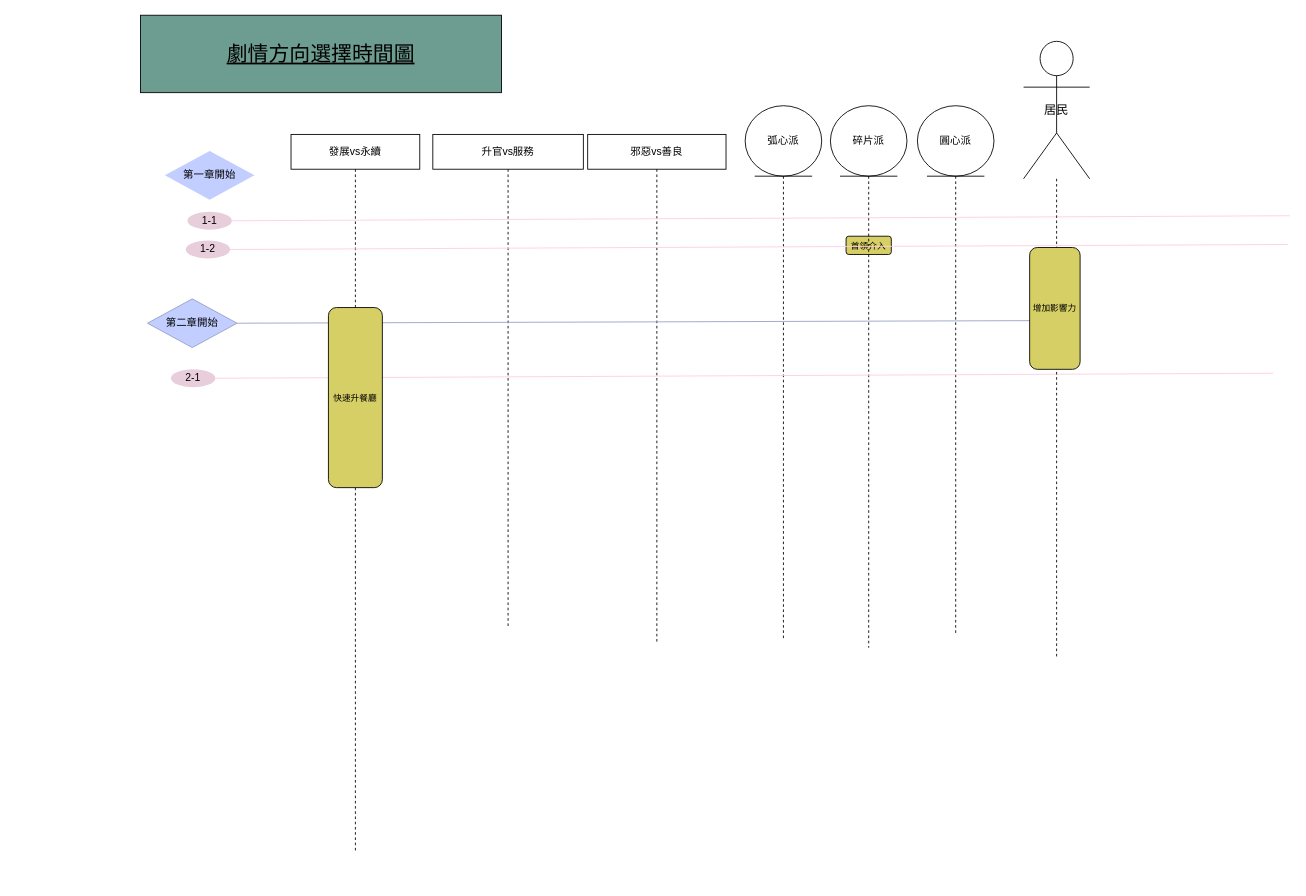
This is page "劇情發展結構" (1 of 3) of Nourishverse_storyDesign_draft_1.drawio from BalaGuava/NourishverseI, a draw.io file, before an edit. Source tidied: cells renumbered, new cells numbered last; positions are measured from the earlier drawing's top-left corner, leaving out a move shared by most shapes. Both pictures are drawn from the tidied source at 87%, with x=0, y=0 at pixel (140, 15).
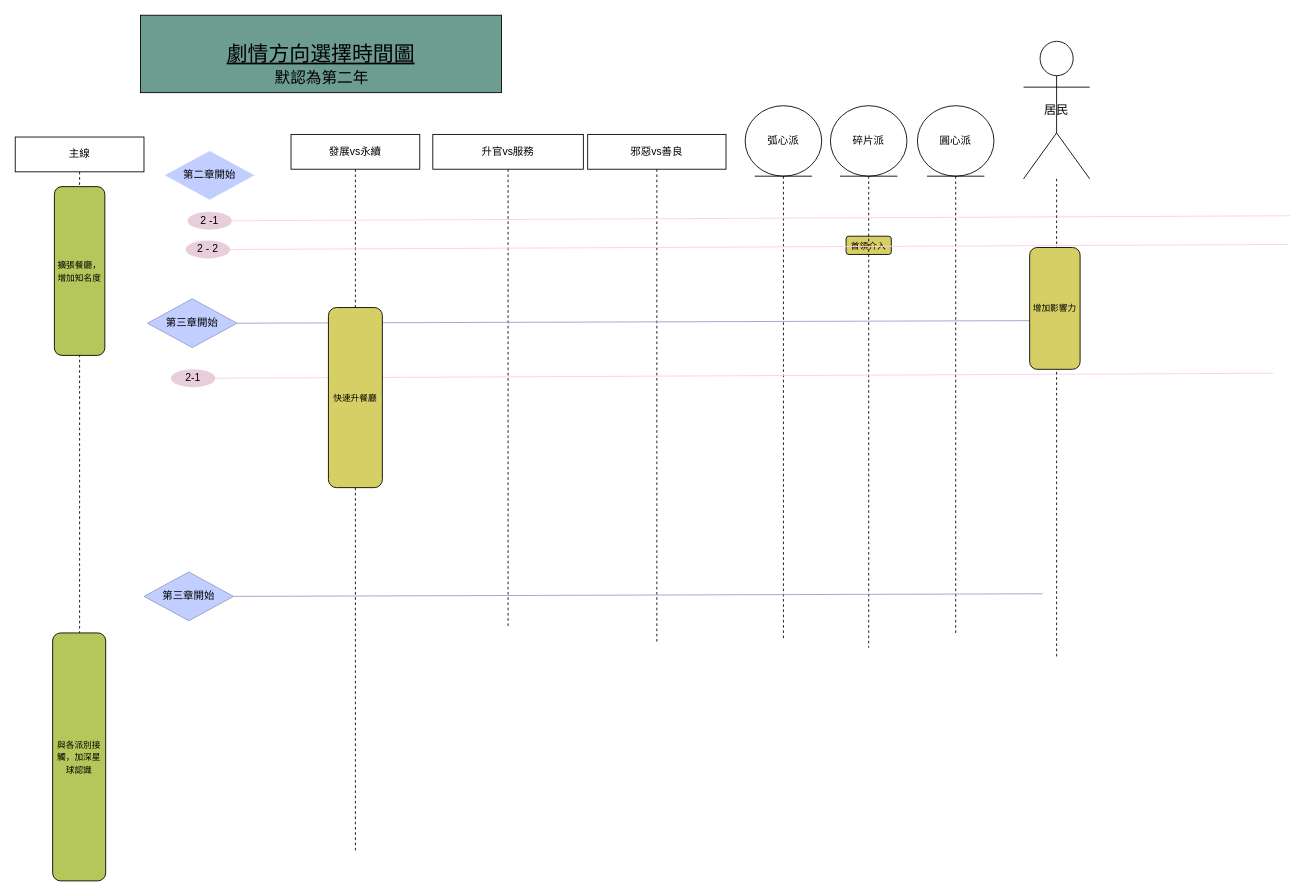
After the change.

Unchanged cells that the change refers to:
```xml
<mxCell id="9" style="group;strokeColor=none;" parent="1" vertex="1">
  <mxGeometry x="54" y="226" width="1267" height="20.5" as="geometry" />
</mxCell>
<mxCell id="13" style="group;strokeColor=none;" parent="1" vertex="1">
  <mxGeometry x="52" y="259" width="1267" height="20.5" as="geometry" />
</mxCell>
<mxCell id="17" style="group;" parent="1" vertex="1">
  <mxGeometry x="8" y="326" width="1294" height="110" as="geometry" />
</mxCell>
```

What changed in the source:
```diff
@@
-    <mxCell id="10" value="1-1" style="ellipse;whiteSpace=wrap;html=1;fillColor=#E8CEDB;strokeColor=none;" parent="9" vertex="1">
+    <mxCell id="10" value="2 -1" style="ellipse;whiteSpace=wrap;html=1;fillColor=#E8CEDB;strokeColor=none;" parent="9" vertex="1">
       <mxGeometry width="51" height="20.5" as="geometry" />
     </mxCell>
@@
-    <mxCell id="14" value="1-2" style="ellipse;whiteSpace=wrap;html=1;fillColor=#E8CEDB;strokeColor=none;" parent="13" vertex="1">
+    <mxCell id="14" value="2 - 2" style="ellipse;whiteSpace=wrap;html=1;fillColor=#E8CEDB;strokeColor=none;" parent="13" vertex="1">
       <mxGeometry width="51" height="20.5" as="geometry" />
     </mxCell>
@@
-    <mxCell id="16" value="第一章開始" style="rhombus;whiteSpace=wrap;html=1;fillColor=#C2CEFF;strokeColor=none;" parent="1" vertex="1">
+    <mxCell id="16" value="第二章開始" style="rhombus;whiteSpace=wrap;html=1;fillColor=#C2CEFF;strokeColor=none;" parent="1" vertex="1">
       <mxGeometry x="28" y="156" width="103" height="56" as="geometry" />
     </mxCell>
@@
-    <mxCell id="18" value="第二章開始" style="rhombus;whiteSpace=wrap;html=1;fillColor=#C2CEFF;strokeColor=#969EC4;" parent="17" vertex="1">
+    <mxCell id="18" value="第三章開始" style="rhombus;whiteSpace=wrap;html=1;fillColor=#C2CEFF;strokeColor=#969EC4;" parent="17" vertex="1">
       <mxGeometry width="103" height="56" as="geometry" />
     </mxCell>
@@
+    <mxCell id="26" value="主線" style="shape=umlLifeline;perimeter=lifelinePerimeter;whiteSpace=wrap;html=1;newEdgeStyle={&quot;curved&quot;:0,&quot;rounded&quot;:0};" parent="1" vertex="1">
+      <mxGeometry x="-144" y="140" width="148" height="825" as="geometry" />
+    </mxCell>
+    <mxCell id="27" value="&lt;font style=&quot;font-size: 10px;&quot;&gt;擴張餐廳，增加知名度&lt;/font&gt;" style="rounded=1;whiteSpace=wrap;html=1;fillColor=#B5C75A;" parent="1" vertex="1">
+      <mxGeometry x="-99" y="197" width="58" height="194" as="geometry" />
+    </mxCell>
+    <mxCell id="28" value="&lt;font style=&quot;font-size: 10px;&quot;&gt;與各派別接觸，加深星球認識&lt;/font&gt;" style="rounded=1;whiteSpace=wrap;html=1;fillColor=#B5C75A;" parent="1" vertex="1">
+      <mxGeometry x="-101" y="710" width="61" height="285" as="geometry" />
+    </mxCell>
+    <mxCell id="29" style="group;" parent="1" vertex="1">
+      <mxGeometry x="4" y="640" width="1294" height="110" as="geometry" />
+    </mxCell>
+    <mxCell id="30" value="第三章開始" style="rhombus;whiteSpace=wrap;html=1;fillColor=#C2CEFF;strokeColor=#969EC4;" parent="29" vertex="1">
+      <mxGeometry width="103" height="56" as="geometry" />
+    </mxCell>
+    <mxCell id="31" style="endArrow=none;html=1;rounded=0;exitX=1;exitY=0.5;exitDx=0;exitDy=0;strokeColor=#969EC4;" parent="29" edge="1" source="30">
+      <mxGeometry relative="1" as="geometry">
+        <mxPoint x="1033" y="25" as="targetPoint" />
+      </mxGeometry>
+    </mxCell>
+    <mxCell id="32" value="&lt;font style=&quot;font-size: 18px;&quot;&gt;默認為第二年&lt;/font&gt;" style="text;html=1;align=center;verticalAlign=middle;strokeColor=none;fillColor=none;" parent="1" vertex="1">
+      <mxGeometry x="144.5" y="55" width="126" height="34" as="geometry" />
+    </mxCell>
```
